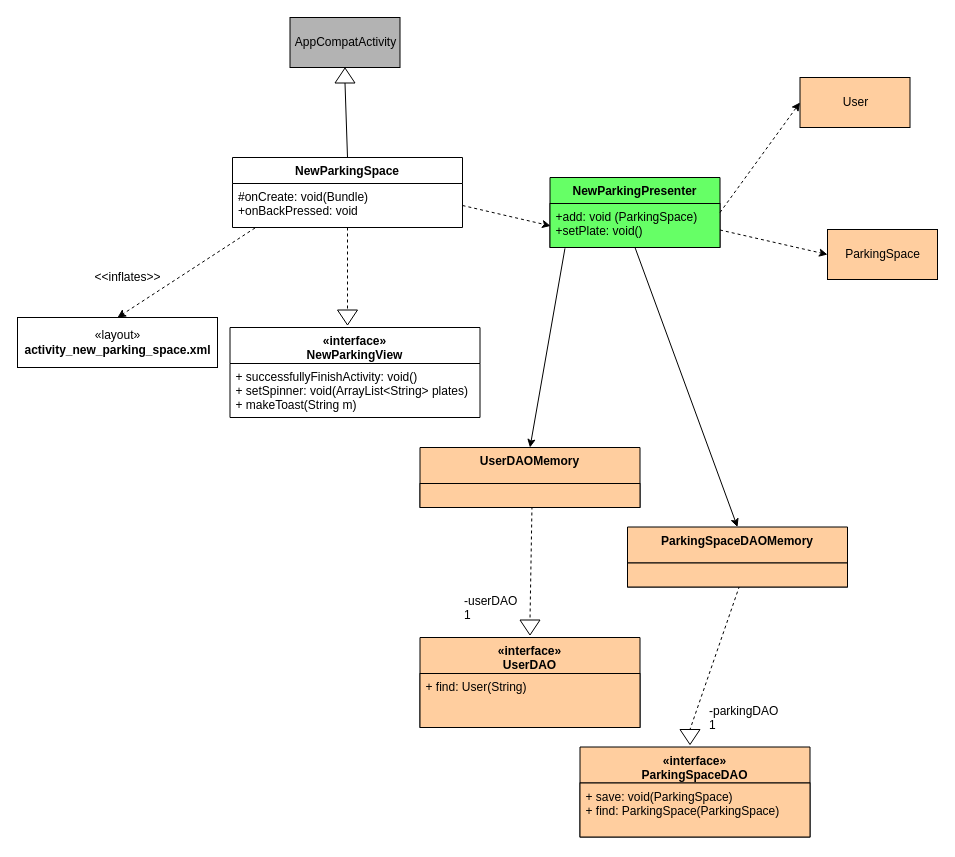
ntinouldinho/Parking-App keeps this draw.io diagram as R4_Diagrams/Class Diagrams/AddYourParkingSpaceCD.drawio. Above is the earlier version. Source tidied: cells renumbered, new cells numbered last; positions are measured from the earlier drawing's top-left corner, leaving out a move shared by most shapes. Both pictures are drawn from the tidied source at 100%, with x=0, y=0 at pixel (17, 17).
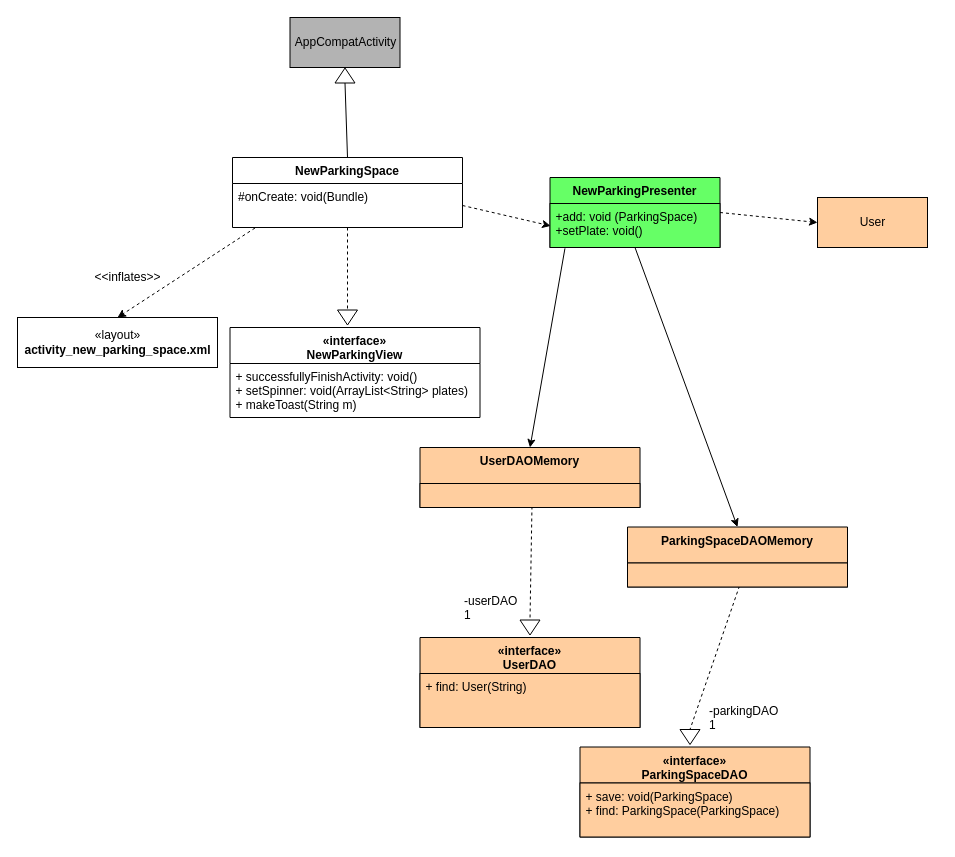
After the change.

Unchanged cells that the change refers to:
```xml
<mxCell id="10" value="NewParkingPresenter" style="swimlane;fontStyle=1;align=center;verticalAlign=top;horizontal=1;startSize=26;strokeColor=#000000;fillColor=#66FF66;gradientColor=none;" parent="1" vertex="1">
  <mxGeometry x="532.5" y="160" width="170" height="70" as="geometry" />
</mxCell>
<mxCell id="12" value="NewParkingSpace" style="swimlane;fontStyle=1;align=center;verticalAlign=top;horizontal=1;startSize=26;strokeColor=#000000;fillColor=#FFFFFF;" parent="1" vertex="1">
  <mxGeometry x="215" y="140" width="230" height="70" as="geometry" />
</mxCell>
```

Change to the diagram source:
```diff
@@
-    <mxCell id="13" value="#onCreate: void(Bundle)&#10;+onBackPressed: void" style="text;strokeColor=none;fillColor=none;align=left;verticalAlign=top;spacingLeft=4;spacingRight=4;overflow=hidden;points=[[0,0.5],[1,0.5]];portConstraint=eastwest;" parent="12" vertex="1">
+    <mxCell id="13" value="#onCreate: void(Bundle)" style="text;strokeColor=none;fillColor=none;align=left;verticalAlign=top;spacingLeft=4;spacingRight=4;overflow=hidden;points=[[0,0.5],[1,0.5]];portConstraint=eastwest;" parent="12" vertex="1">
       <mxGeometry y="26" width="230" height="44" as="geometry" />
     </mxCell>
@@
     <mxCell id="16" value="User" style="html=1;strokeColor=#000000;fillColor=#FFCE9F;gradientColor=none;" parent="1" vertex="1">
-      <mxGeometry x="782.5" y="60" width="110" height="50" as="geometry" />
+      <mxGeometry x="800" y="180" width="110" height="50" as="geometry" />
     </mxCell>
@@
-    <mxCell id="20" style="endArrow=classic;html=1;exitX=1;exitY=0.75;exitDx=0;exitDy=0;dashed=1;entryX=0;entryY=0.5;entryDx=0;entryDy=0;" parent="1" edge="1" source="10" target="21">
-      <mxGeometry relative="1" as="geometry" />
-    </mxCell>
-    <mxCell id="21" value="ParkingSpace" style="html=1;strokeColor=#000000;fillColor=#FFCE9F;gradientColor=none;" parent="1" vertex="1">
-      <mxGeometry x="810" y="212" width="110" height="50" as="geometry" />
-    </mxCell>
```
